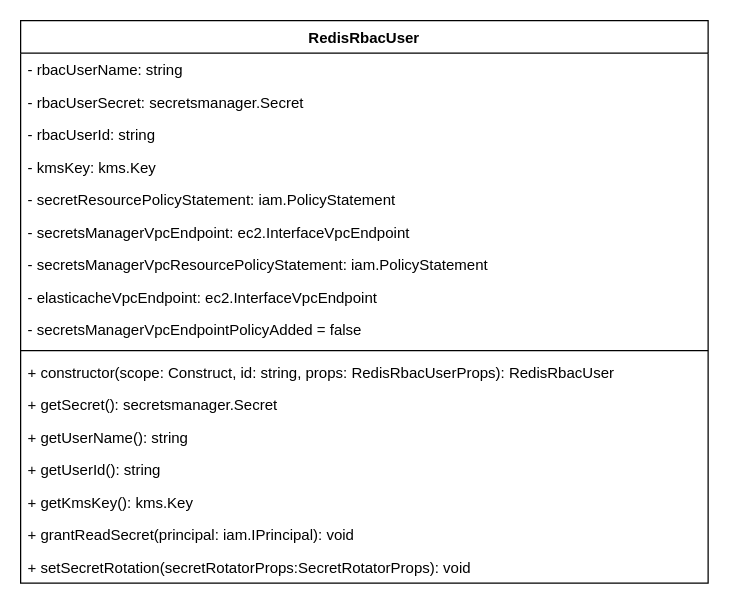
This is page "ClassDiagrams" (5 of 5) of docs/drawio/raw.drawio from its-mirus-lu/aws-cdk-elasticache-redis-iam-rbac, a draw.io file, before an edit. Source tidied: cells renumbered, new cells numbered last; positions are measured from the earlier drawing's top-left corner, leaving out a move shared by most shapes. Both pictures are drawn from the tidied source at 125%, with x=0, y=0 at pixel (20, 20).
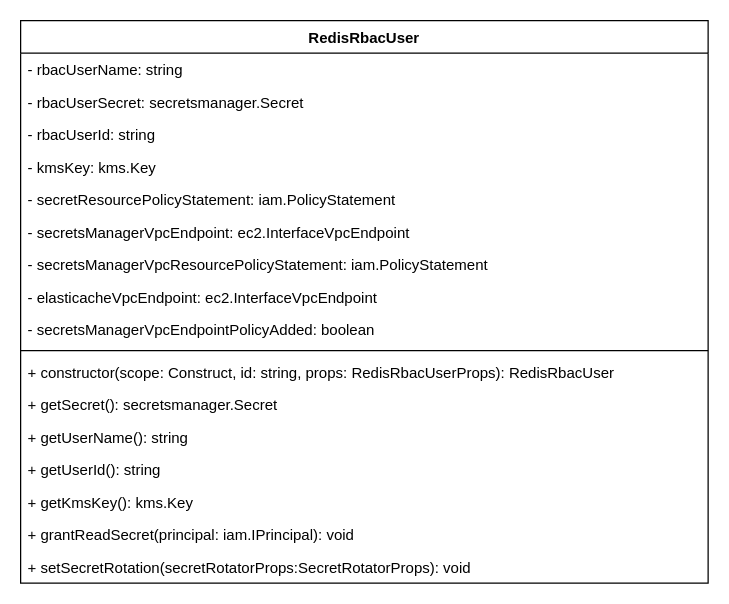
Above is the later version.

The edit, as a diff of the source:
```diff
@@
 <mxGraphModel>
   <root>
     <mxCell id="0" />
     <mxCell id="1" parent="0" />
     <mxCell id="2" value="RedisRbacUser" style="swimlane;fontStyle=1;align=center;verticalAlign=top;horizontal=1;startSize=26;" parent="1" vertex="1">
       <mxGeometry width="550" height="450" as="geometry" />
     </mxCell>
     <mxCell id="3" value="- rbacUserName: string" style="text;strokeColor=none;fillColor=none;align=left;verticalAlign=top;spacingLeft=4;spacingRight=4;overflow=hidden;" parent="2" vertex="1">
       <mxGeometry y="26" width="550" height="26" as="geometry" />
     </mxCell>
     <mxCell id="4" value="- rbacUserSecret: secretsmanager.Secret" style="text;strokeColor=none;fillColor=none;align=left;verticalAlign=top;spacingLeft=4;spacingRight=4;overflow=hidden;" parent="2" vertex="1">
       <mxGeometry y="52" width="550" height="26" as="geometry" />
     </mxCell>
     <mxCell id="5" value="- rbacUserId: string" style="text;strokeColor=none;fillColor=none;align=left;verticalAlign=top;spacingLeft=4;spacingRight=4;overflow=hidden;" parent="2" vertex="1">
       <mxGeometry y="78" width="550" height="26" as="geometry" />
     </mxCell>
     <mxCell id="6" value="- kmsKey: kms.Key" style="text;strokeColor=none;fillColor=none;align=left;verticalAlign=top;spacingLeft=4;spacingRight=4;overflow=hidden;" parent="2" vertex="1">
       <mxGeometry y="104" width="550" height="26" as="geometry" />
     </mxCell>
     <mxCell id="7" value="- secretResourcePolicyStatement: iam.PolicyStatement" style="text;strokeColor=none;fillColor=none;align=left;verticalAlign=top;spacingLeft=4;spacingRight=4;overflow=hidden;" parent="2" vertex="1">
       <mxGeometry y="130" width="550" height="26" as="geometry" />
     </mxCell>
     <mxCell id="8" value="- secretsManagerVpcEndpoint: ec2.InterfaceVpcEndpoint" style="text;strokeColor=none;fillColor=none;align=left;verticalAlign=top;spacingLeft=4;spacingRight=4;overflow=hidden;" parent="2" vertex="1">
       <mxGeometry y="156" width="550" height="26" as="geometry" />
     </mxCell>
     <mxCell id="9" value="- secretsManagerVpcResourcePolicyStatement: iam.PolicyStatement" style="text;strokeColor=none;fillColor=none;align=left;verticalAlign=top;spacingLeft=4;spacingRight=4;overflow=hidden;" parent="2" vertex="1">
       <mxGeometry y="182" width="550" height="26" as="geometry" />
     </mxCell>
     <mxCell id="10" value="- elasticacheVpcEndpoint: ec2.InterfaceVpcEndpoint" style="text;strokeColor=none;fillColor=none;align=left;verticalAlign=top;spacingLeft=4;spacingRight=4;overflow=hidden;" parent="2" vertex="1">
       <mxGeometry y="208" width="550" height="26" as="geometry" />
     </mxCell>
-    <mxCell id="11" value="- secretsManagerVpcEndpointPolicyAdded = false&#10;" style="text;strokeColor=none;fillColor=none;align=left;verticalAlign=top;spacingLeft=4;spacingRight=4;overflow=hidden;" parent="2" vertex="1">
+    <mxCell id="11" value="- secretsManagerVpcEndpointPolicyAdded: boolean&#10;" style="text;strokeColor=none;fillColor=none;align=left;verticalAlign=top;spacingLeft=4;spacingRight=4;overflow=hidden;" parent="2" vertex="1">
       <mxGeometry y="234" width="550" height="26" as="geometry" />
     </mxCell>
     <mxCell id="12" style="line;strokeWidth=1;fillColor=none;align=left;verticalAlign=middle;spacingTop=-1;spacingLeft=3;spacingRight=3;labelPosition=right;strokeColor=inherit;" parent="2" vertex="1">
       <mxGeometry y="260" width="550" height="8" as="geometry" />
     </mxCell>
     <mxCell id="13" value="+ constructor(scope: Construct, id: string, props: RedisRbacUserProps): RedisRbacUser&#10;" style="text;strokeColor=none;fillColor=none;align=left;verticalAlign=top;spacingLeft=4;spacingRight=4;overflow=hidden;" parent="2" vertex="1">
       <mxGeometry y="268" width="550" height="26" as="geometry" />
     </mxCell>
     <mxCell id="14" value="+ getSecret(): secretsmanager.Secret" style="text;strokeColor=none;fillColor=none;align=left;verticalAlign=top;spacingLeft=4;spacingRight=4;overflow=hidden;" parent="2" vertex="1">
       <mxGeometry y="294" width="550" height="26" as="geometry" />
     </mxCell>
     <mxCell id="15" value="+ getUserName(): string " style="text;strokeColor=none;fillColor=none;align=left;verticalAlign=top;spacingLeft=4;spacingRight=4;overflow=hidden;" parent="2" vertex="1">
       <mxGeometry y="320" width="550" height="26" as="geometry" />
     </mxCell>
     <mxCell id="16" value="+ getUserId(): string" style="text;strokeColor=none;fillColor=none;align=left;verticalAlign=top;spacingLeft=4;spacingRight=4;overflow=hidden;" parent="2" vertex="1">
       <mxGeometry y="346" width="550" height="26" as="geometry" />
     </mxCell>
     <mxCell id="17" value="+ getKmsKey(): kms.Key " style="text;strokeColor=none;fillColor=none;align=left;verticalAlign=top;spacingLeft=4;spacingRight=4;overflow=hidden;" parent="2" vertex="1">
       <mxGeometry y="372" width="550" height="26" as="geometry" />
     </mxCell>
     <mxCell id="18" value="+ grantReadSecret(principal: iam.IPrincipal): void" style="text;strokeColor=none;fillColor=none;align=left;verticalAlign=top;spacingLeft=4;spacingRight=4;overflow=hidden;" parent="2" vertex="1">
       <mxGeometry y="398" width="550" height="26" as="geometry" />
     </mxCell>
     <mxCell id="19" value="+ setSecretRotation(secretRotatorProps:SecretRotatorProps): void" style="text;strokeColor=none;fillColor=none;align=left;verticalAlign=top;spacingLeft=4;spacingRight=4;overflow=hidden;" parent="2" vertex="1">
       <mxGeometry y="424" width="550" height="26" as="geometry" />
     </mxCell>
   </root>
 </mxGraphModel>
```
